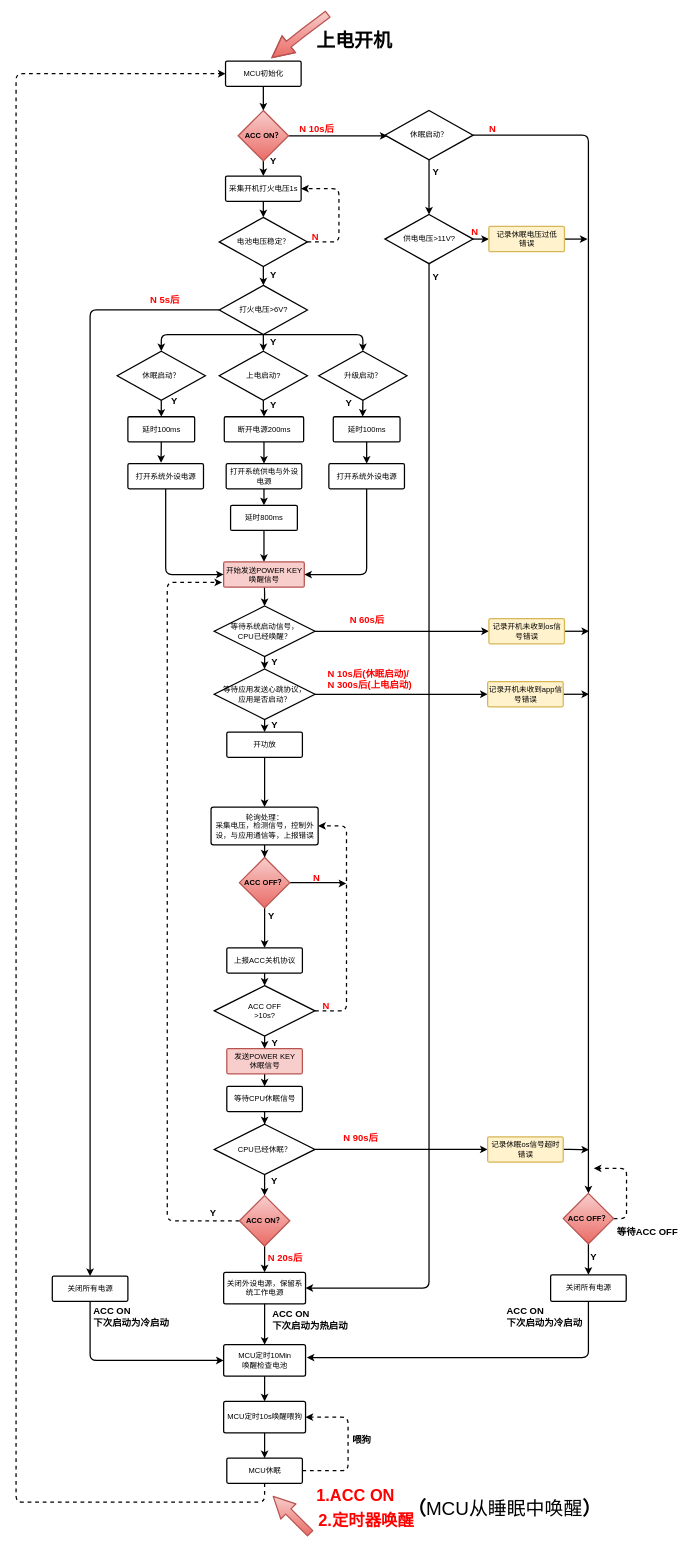
This is page "第 3 页" (3 of 3) of 009_XIUMING.drawio from yintianlan/Picture_Draw, a draw.io file, before an edit. Source tidied: cells renumbered, new cells numbered last; positions are measured from the earlier drawing's top-left corner, leaving out a move shared by most shapes. Both pictures are drawn from the tidied source at 63%, with x=0, y=0 at pixel (16, 14).
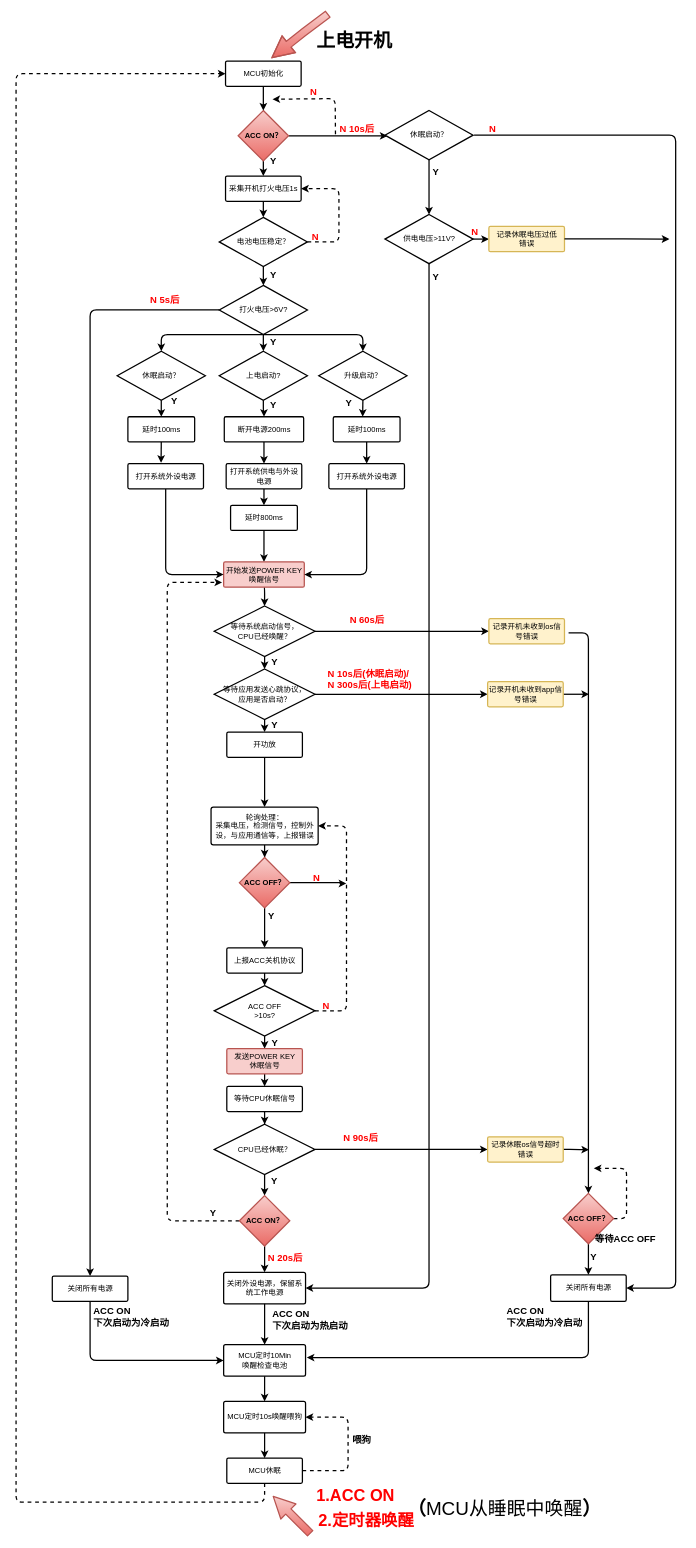
Above is the later version.

Unchanged cells that the change refers to:
```xml
<mxCell id="75" value="休眠启动？" style="strokeWidth=2;html=1;shape=mxgraph.flowchart.decision;whiteSpace=wrap;fillColor=#ffffff;fontFamily=Helvetica;align=center;strokeColor=#000000;" parent="1" vertex="1">
  <mxGeometry x="585.5" y="153" width="140" height="78" as="geometry" />
</mxCell>
<mxCell id="86" value="关闭所有电源" style="strokeWidth=2;html=1;shape=mxgraph.flowchart.process;whiteSpace=wrap;fillColor=none;fontFamily=Helvetica;align=center;strokeColor=#000000;" parent="1" vertex="1">
  <mxGeometry x="848.5" y="2001" width="120" height="42" as="geometry" />
</mxCell>
<mxCell id="93" value="&lt;b&gt;ACC OFF？&lt;/b&gt;" style="rhombus;whiteSpace=wrap;html=1;strokeWidth=2;fillColor=#f8cecc;fontFamily=Helvetica;align=center;strokeColor=#b85450;gradientColor=#ea6b66;" parent="1" vertex="1">
  <mxGeometry x="868.5" y="1871.8" width="80" height="80" as="geometry" />
</mxCell>
<mxCell id="100" value="记录休眠电压过低&lt;br&gt;错误" style="strokeWidth=2;html=1;shape=mxgraph.flowchart.process;whiteSpace=wrap;fillColor=#fff2cc;fontFamily=Helvetica;align=center;strokeColor=#d6b656;" parent="1" vertex="1">
  <mxGeometry x="750.5" y="337" width="120" height="40" as="geometry" />
</mxCell>
<mxCell id="102" value="记录开机未收到os信号错误" style="strokeWidth=2;html=1;shape=mxgraph.flowchart.process;whiteSpace=wrap;fillColor=#fff2cc;fontFamily=Helvetica;align=center;strokeColor=#d6b656;" parent="1" vertex="1">
  <mxGeometry x="750.5" y="959.5" width="120" height="40" as="geometry" />
</mxCell>
```

The edit, as a diff of the source:
```diff
@@
     <mxCell id="19" value="&lt;span style=&quot;font-size: 15px&quot;&gt;&lt;font color=&quot;#ff0000&quot;&gt;N 10s后&lt;/font&gt;&lt;/span&gt;" style="text;html=1;align=left;verticalAlign=top;spacingTop=-4;fontFamily=Helvetica;strokeWidth=2;fontSize=15;fontStyle=1;fillColor=none;" parent="1" vertex="1">
-      <mxGeometry x="447.5" y="170.5" width="70" height="20" as="geometry" />
+      <mxGeometry x="511.5" y="170.5" width="70" height="20" as="geometry" />
     </mxCell>
@@
-    <mxCell id="74" style="edgeStyle=orthogonalEdgeStyle;rounded=1;jettySize=auto;html=1;exitX=1;exitY=0.5;exitDx=0;exitDy=0;exitPerimeter=0;strokeWidth=2;entryX=0.5;entryY=0;entryDx=0;entryDy=0;" parent="1" edge="1" source="75" target="93">
-      <mxGeometry relative="1" as="geometry" />
+    <mxCell id="74" style="edgeStyle=orthogonalEdgeStyle;rounded=1;jettySize=auto;html=1;strokeWidth=2;entryX=0.5;entryY=0;entryDx=0;entryDy=0;" parent="1" edge="1" target="93">
+      <mxGeometry relative="1" as="geometry">
+        <mxPoint x="877" y="982" as="sourcePoint" />
+        <Array as="points">
+          <mxPoint x="908" y="982" />
+        </Array>
+      </mxGeometry>
     </mxCell>
@@
-    <mxCell id="99" style="edgeStyle=orthogonalEdgeStyle;rounded=1;jettySize=auto;html=1;exitX=1;exitY=0.5;exitDx=0;exitDy=0;exitPerimeter=0;strokeWidth=2;" parent="1" edge="1" source="100">
-      <mxGeometry relative="1" as="geometry">
-        <mxPoint x="907" y="357" as="targetPoint" />
-      </mxGeometry>
-    </mxCell>
@@
-    <mxCell id="101" style="edgeStyle=orthogonalEdgeStyle;rounded=1;jettySize=auto;html=1;exitX=1;exitY=0.5;exitDx=0;exitDy=0;exitPerimeter=0;strokeWidth=2;" parent="1" edge="1" source="102">
-      <mxGeometry relative="1" as="geometry">
-        <mxPoint x="909.5" y="979.5" as="targetPoint" />
-      </mxGeometry>
-    </mxCell>
@@
     <mxCell id="134" value="&lt;b&gt;&lt;font style=&quot;font-size: 15px&quot;&gt;等待ACC OFF&lt;/font&gt;&lt;/b&gt;" style="text;html=1;align=left;verticalAlign=top;spacingTop=-4;" parent="1" vertex="1">
-      <mxGeometry x="952" y="1922" width="110" height="20" as="geometry" />
+      <mxGeometry x="917" y="1932" width="110" height="20" as="geometry" />
     </mxCell>
+    <mxCell id="135" style="endArrow=classic;html=1;strokeWidth=2;dashed=1;" parent="1" edge="1">
+      <mxGeometry relative="1" as="geometry">
+        <mxPoint x="507" y="190.5" as="sourcePoint" />
+        <mxPoint x="407" y="135" as="targetPoint" />
+        <Array as="points">
+          <mxPoint x="506.5" y="134" />
+        </Array>
+      </mxGeometry>
+    </mxCell>
+    <mxCell id="136" value="&lt;font color=&quot;#ff0000&quot;&gt;N&lt;/font&gt;" style="text;html=1;align=left;verticalAlign=top;spacingTop=-4;fontFamily=Helvetica;fontSize=15;fontStyle=1;" parent="1" vertex="1">
+      <mxGeometry x="464.5" y="112" width="30" height="20" as="geometry" />
+    </mxCell>
+    <mxCell id="137" style="edgeStyle=orthogonalEdgeStyle;rounded=1;jettySize=auto;html=1;strokeWidth=2;entryX=1;entryY=0.5;entryDx=0;entryDy=0;entryPerimeter=0;" parent="1" edge="1" target="86">
+      <mxGeometry relative="1" as="geometry">
+        <mxPoint x="727" y="192" as="sourcePoint" />
+        <Array as="points">
+          <mxPoint x="1047" y="192" />
+          <mxPoint x="1047" y="2022" />
+        </Array>
+      </mxGeometry>
+    </mxCell>
+    <mxCell id="138" style="edgeStyle=orthogonalEdgeStyle;rounded=1;orthogonalLoop=1;jettySize=auto;html=1;strokeWidth=2;" parent="1" edge="1">
+      <mxGeometry relative="1" as="geometry">
+        <mxPoint x="870.5" y="356.5" as="sourcePoint" />
+        <mxPoint x="1037" y="357" as="targetPoint" />
+        <Array as="points">
+          <mxPoint x="954" y="357" />
+        </Array>
+      </mxGeometry>
+    </mxCell>
```
